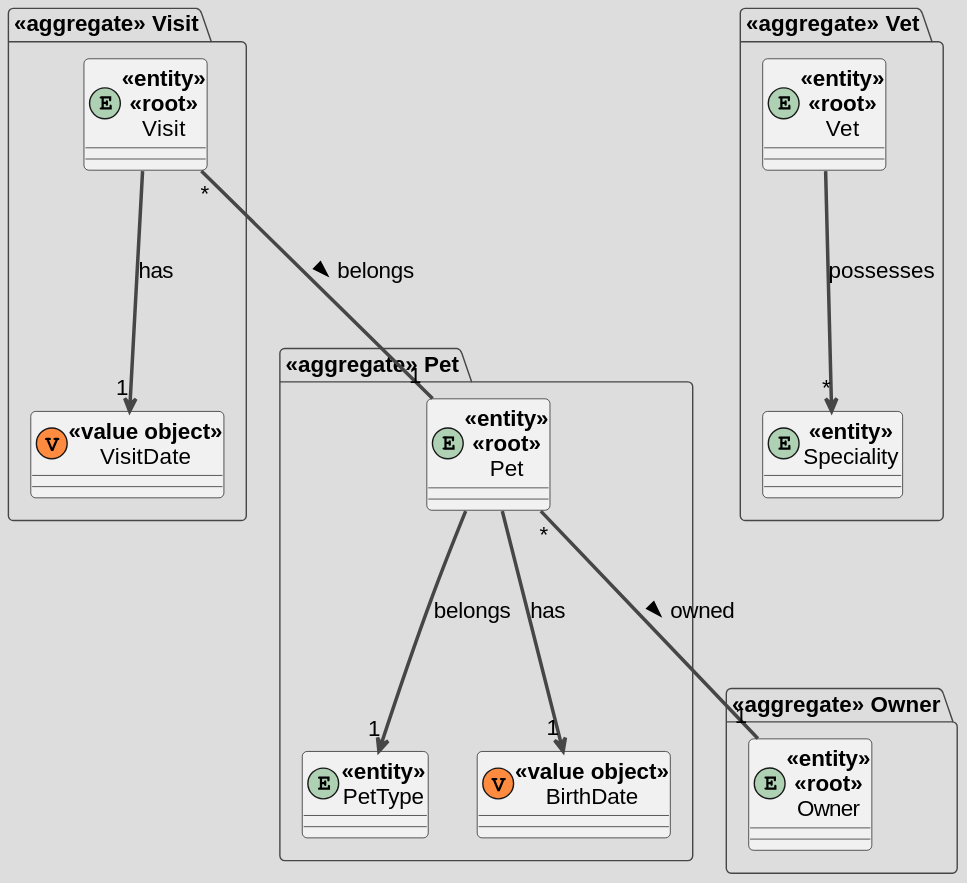
This is docs/svg/DomainModel.svg from NunoMarmeleiro/spring-petclinic, a PlantUML export, as it was before one commit. Source of this version:
```plantuml
@startuml
skinparam DefaultFontName Arial
skinparam DefaultFontSize 16
skinparam DefaultFontStyle bold
skinparam ArrowThickness 2.5
!theme toy


package "<<aggregate>> Owner"{
    entity Owner <<entity>><<root>> {}
}

package "<<aggregate>> Pet"{
    entity Pet <<entity>><<root>> {}

    entity PetType <<entity>> {}

    class BirthDate <<(V,#FF8B40) value object>> {}
}

package "<<aggregate>> Vet" {
    entity Vet <<entity>><<root>> {}

    entity Speciality <<entity>> {}
}

package "<<aggregate>> Visit" {
    entity Visit <<entity>><<root>> {}

    class VisitDate <<(V,#FF8B40) value object>> {}
}

Pet ---> "1" PetType: belongs
Pet ---> "1" BirthDate: has
Visit ---> "1" VisitDate: has
Vet ---> "*" Speciality: possesses
Pet "*" --- "1" Owner: owned >
Visit "*" --- "1" Pet: belongs >
@enduml
```
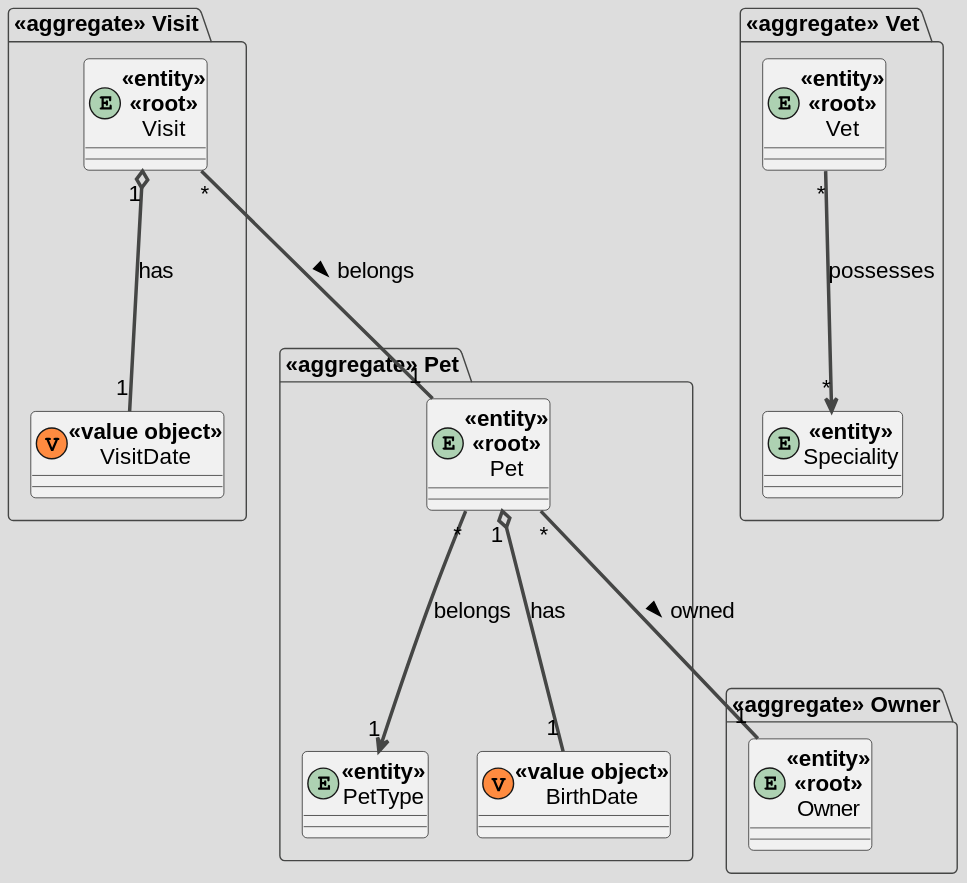
Above is the later version.

Commit message:
modified domain model diagram

Diff of the diagram source:
```diff
@@ -30,10 +30,10 @@
     class VisitDate <<(V,#FF8B40) value object>> {}
 }
 
-Pet ---> "1" PetType: belongs
-Pet ---> "1" BirthDate: has
-Visit ---> "1" VisitDate: has
-Vet ---> "*" Speciality: possesses
+Pet "*" ---> "1" PetType: belongs
+Pet "1" o--- "1" BirthDate: has
+Visit "1" o--- "1" VisitDate: has
+Vet "*" ---> "*" Speciality: possesses
 Pet "*" --- "1" Owner: owned >
 Visit "*" --- "1" Pet: belongs >
 @enduml
```
